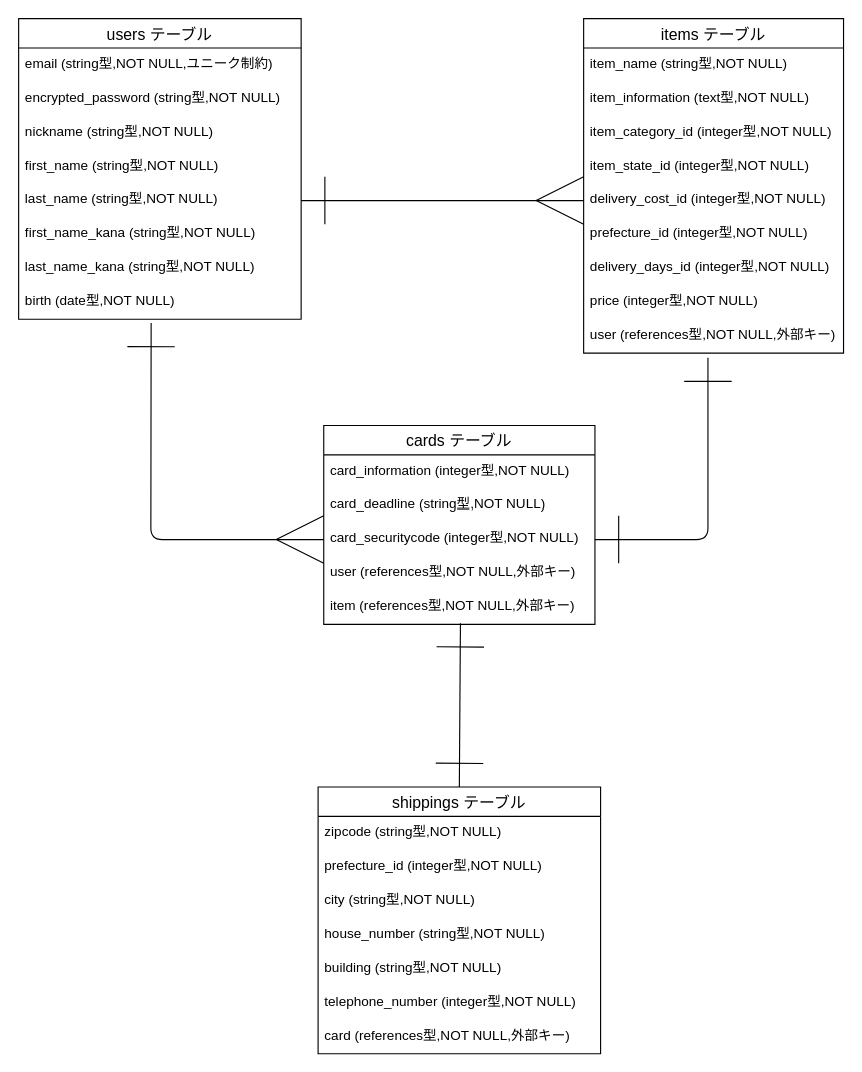
This is furima_ER.dio from gessodog/furima-41760, a draw.io file, before an edit. Source tidied: cells renumbered, new cells numbered last; positions are measured from the earlier drawing's top-left corner, leaving out a move shared by most shapes. Both pictures are drawn from the tidied source at 113%, with x=0, y=0 at pixel (18, 18).
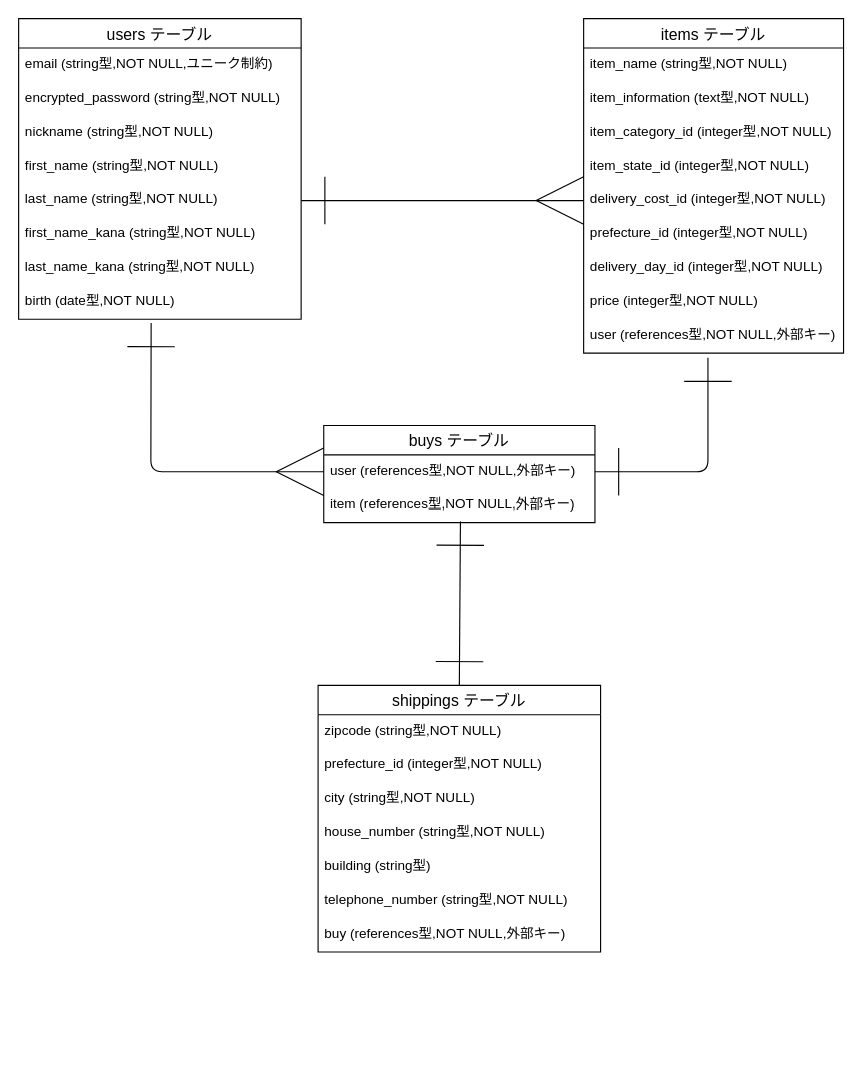
The same diagram, later.

Commit message (it also covers changes not shown here):
カラム名を単数形に修正

Unchanged cells that the change refers to:
```xml
<mxCell id="10" value="birth (date型,NOT NULL)" style="text;strokeColor=none;fillColor=none;spacingLeft=4;spacingRight=4;overflow=hidden;points=[[0,0.5],[1,0.5]];portConstraint=eastwest;fontSize=12;" parent="2" vertex="1">
  <mxGeometry y="236" width="250" height="30" as="geometry" />
</mxCell>
<mxCell id="11" value="items テーブル" style="swimlane;fontStyle=0;horizontal=1;startSize=26;align=center;fontSize=14;" parent="1" vertex="1">
  <mxGeometry x="500" width="230" height="296" as="geometry" />
</mxCell>
```

The edit, as a diff of the source:
```diff
@@
-    <mxCell id="18" value="delivery_days_id (integer型,NOT NULL)" style="text;strokeColor=none;fillColor=none;spacingLeft=4;spacingRight=4;overflow=hidden;fontSize=12;" parent="11" vertex="1">
+    <mxCell id="18" value="delivery_day_id (integer型,NOT NULL)" style="text;strokeColor=none;fillColor=none;spacingLeft=4;spacingRight=4;overflow=hidden;fontSize=12;" parent="11" vertex="1">
       <mxGeometry y="206" width="230" height="30" as="geometry" />
     </mxCell>
@@
-    <mxCell id="21" value="cards テーブル" style="swimlane;fontStyle=0;horizontal=1;startSize=26;align=center;fontSize=14;" parent="1" vertex="1">
-      <mxGeometry x="270" y="360" width="240" height="176" as="geometry" />
+    <mxCell id="21" value="buys テーブル" style="swimlane;fontStyle=0;horizontal=1;startSize=26;align=center;fontSize=14;" parent="1" vertex="1">
+      <mxGeometry x="270" y="360" width="240" height="86" as="geometry" />
     </mxCell>
-    <mxCell id="22" value="card_information (integer型,NOT NULL)" style="text;strokeColor=none;fillColor=none;spacingLeft=4;spacingRight=4;overflow=hidden;fontSize=12;" parent="21" vertex="1">
-      <mxGeometry y="26" width="240" height="30" as="geometry" />
-    </mxCell>
-    <mxCell id="23" value="card_deadline (string型,NOT NULL)" style="text;strokeColor=none;fillColor=none;spacingLeft=4;spacingRight=4;overflow=hidden;fontSize=12;" parent="21" vertex="1">
-      <mxGeometry y="56" width="240" height="30" as="geometry" />
-    </mxCell>
-    <mxCell id="24" value="card_securitycode (integer型,NOT NULL)" style="text;strokeColor=none;fillColor=none;spacingLeft=4;spacingRight=4;overflow=hidden;points=[[0,0.5],[1,0.5]];portConstraint=eastwest;fontSize=12;" parent="21" vertex="1">
-      <mxGeometry y="86" width="240" height="30" as="geometry" />
-    </mxCell>
     <mxCell id="25" value="user (references型,NOT NULL,外部キー)" style="text;strokeColor=none;fillColor=none;spacingLeft=4;spacingRight=4;overflow=hidden;fontSize=12;" parent="21" vertex="1">
-      <mxGeometry y="116" width="240" height="30" as="geometry" />
+      <mxGeometry y="26" width="240" height="30" as="geometry" />
     </mxCell>
     <mxCell id="26" value="item (references型,NOT NULL,外部キー)" style="text;strokeColor=none;fillColor=none;spacingLeft=4;spacingRight=4;overflow=hidden;points=[[0,0.5],[1,0.5]];portConstraint=eastwest;fontSize=12;" parent="21" vertex="1">
-      <mxGeometry y="146" width="240" height="30" as="geometry" />
+      <mxGeometry y="56" width="240" height="30" as="geometry" />
     </mxCell>
@@
-    <mxCell id="28" style="edgeStyle=none;html=1;exitX=1;exitY=0.5;exitDx=0;exitDy=0;startArrow=ERone;startFill=0;endArrow=ERone;endFill=0;endSize=40;startSize=40;" parent="1" edge="1" source="24">
+    <mxCell id="28" style="edgeStyle=none;html=1;exitX=1;exitY=0.5;exitDx=0;exitDy=0;startArrow=ERone;startFill=0;endArrow=ERone;endFill=0;endSize=40;startSize=40;" parent="1" edge="1">
       <mxGeometry relative="1" as="geometry">
+        <mxPoint x="510" y="401" as="sourcePoint" />
         <mxPoint x="610" y="300" as="targetPoint" />
         <Array as="points">
-          <mxPoint x="610" y="461" />
+          <mxPoint x="610" y="401" />
         </Array>
       </mxGeometry>
     </mxCell>
-    <mxCell id="29" style="edgeStyle=none;html=1;exitX=0;exitY=0.5;exitDx=0;exitDy=0;entryX=0.469;entryY=1.11;entryDx=0;entryDy=0;entryPerimeter=0;startArrow=ERmany;startFill=0;endArrow=ERone;endFill=0;endSize=40;startSize=40;" parent="1" edge="1" source="24" target="10">
+    <mxCell id="29" style="edgeStyle=none;html=1;exitX=0;exitY=0.5;exitDx=0;exitDy=0;entryX=0.469;entryY=1.11;entryDx=0;entryDy=0;entryPerimeter=0;startArrow=ERmany;startFill=0;endArrow=ERone;endFill=0;endSize=40;startSize=40;" parent="1" edge="1" target="10">
       <mxGeometry relative="1" as="geometry">
+        <mxPoint x="270" y="401" as="sourcePoint" />
         <Array as="points">
-          <mxPoint x="117" y="461" />
+          <mxPoint x="117" y="401" />
         </Array>
       </mxGeometry>
     </mxCell>
@@
     <mxCell id="31" value="shippings テーブル" style="swimlane;fontStyle=0;horizontal=1;startSize=26;align=center;fontSize=14;" parent="1" vertex="1">
-      <mxGeometry x="265" y="680" width="250" height="236" as="geometry" />
+      <mxGeometry x="265" y="590" width="250" height="236" as="geometry" />
     </mxCell>
@@
-    <mxCell id="36" value="building (string型,NOT NULL)" style="text;strokeColor=none;fillColor=none;spacingLeft=4;spacingRight=4;overflow=hidden;fontSize=12;" parent="31" vertex="1">
+    <mxCell id="36" value="building (string型)" style="text;strokeColor=none;fillColor=none;spacingLeft=4;spacingRight=4;overflow=hidden;fontSize=12;" parent="31" vertex="1">
       <mxGeometry y="146" width="250" height="30" as="geometry" />
     </mxCell>
-    <mxCell id="37" value="telephone_number (integer型,NOT NULL)" style="text;strokeColor=none;fillColor=none;spacingLeft=4;spacingRight=4;overflow=hidden;fontSize=12;" parent="31" vertex="1">
+    <mxCell id="37" value="telephone_number (string型,NOT NULL)" style="text;strokeColor=none;fillColor=none;spacingLeft=4;spacingRight=4;overflow=hidden;fontSize=12;" parent="31" vertex="1">
       <mxGeometry y="176" width="250" height="30" as="geometry" />
     </mxCell>
-    <mxCell id="38" value="card (references型,NOT NULL,外部キー)" style="text;strokeColor=none;fillColor=none;spacingLeft=4;spacingRight=4;overflow=hidden;fontSize=12;" parent="31" vertex="1">
+    <mxCell id="38" value="buy (references型,NOT NULL,外部キー)" style="text;strokeColor=none;fillColor=none;spacingLeft=4;spacingRight=4;overflow=hidden;fontSize=12;" parent="31" vertex="1">
       <mxGeometry y="206" width="250" height="30" as="geometry" />
     </mxCell>
```
